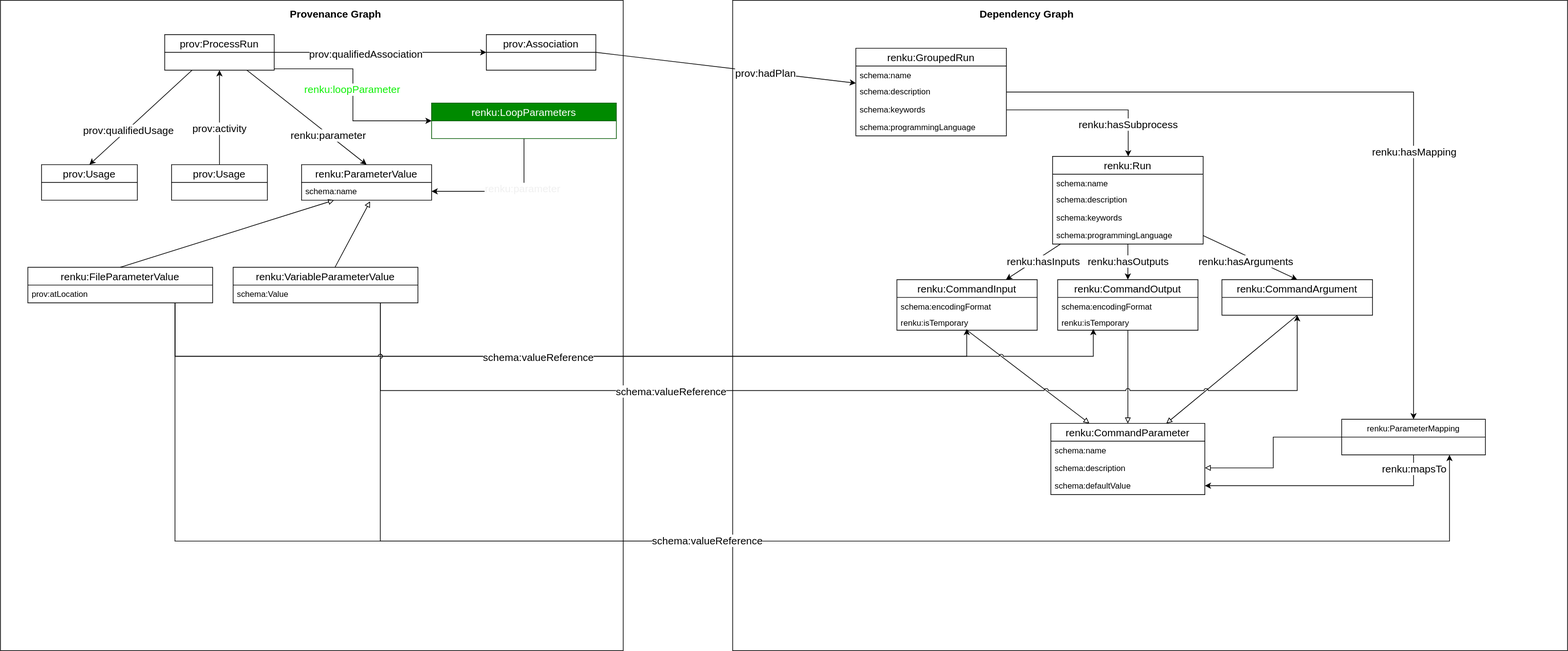
Earlier version of the draw.io export design/001-new-workflow-commands/looped-run-metadata.svg (SwissDataScienceCenter/renku-python). Source tidied: cells renumbered, new cells last; positions are measured from the earlier drawing's top-left corner, leaving out a move shared by most shapes.
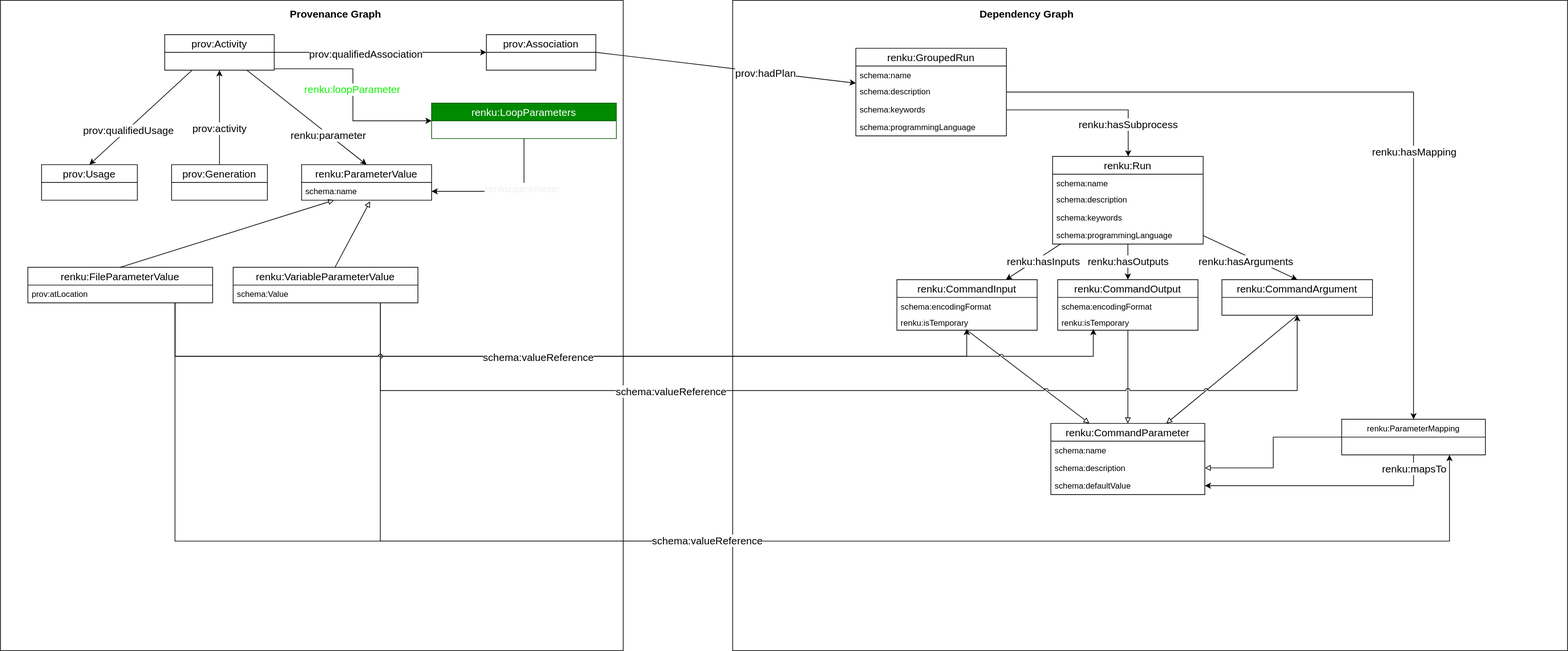
Above is the later version.

Diff of the diagram source:
```diff
@@ -23,13 +23,13 @@
         <mxPoint y="17.6" as="offset" />
       </mxGeometry>
     </mxCell>
-    <mxCell id="6" value="prov:ProcessRun" style="swimlane;fontStyle=0;horizontal=1;startSize=26;fillColor=none;fontSize=15;" parent="1" vertex="1">
+    <mxCell id="6" value="prov:Activity" style="swimlane;fontStyle=0;horizontal=1;startSize=26;fillColor=none;fontSize=15;" parent="1" vertex="1">
       <mxGeometry x="240" y="50" width="160" height="52" as="geometry" />
     </mxCell>
     <mxCell id="7" value="prov:Usage" style="swimlane;fontStyle=0;horizontal=1;startSize=26;fillColor=none;fontSize=15;" parent="1" vertex="1">
       <mxGeometry x="60" y="240" width="140" height="52" as="geometry" />
     </mxCell>
-    <mxCell id="8" value="prov:Usage" style="swimlane;fontStyle=0;horizontal=1;startSize=26;fillColor=none;fontSize=15;" parent="1" vertex="1">
+    <mxCell id="8" value="prov:Generation" style="swimlane;fontStyle=0;horizontal=1;startSize=26;fillColor=none;fontSize=15;" parent="1" vertex="1">
       <mxGeometry x="250" y="240" width="140" height="52" as="geometry" />
     </mxCell>
     <mxCell id="9" value="renku:ParameterValue" style="swimlane;fontStyle=0;horizontal=1;startSize=26;fillColor=none;fontSize=15;" parent="1" vertex="1">
```
